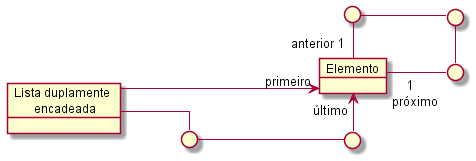
Above: Imagens/modelos-04/mod04ima07/mod04ima07.png in kyriosdata/oo (PlantUML), before the change.
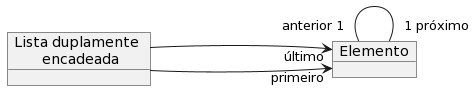
Above is the later version.

Change to the diagram source:
```diff
@@ -1,19 +1,9 @@
-@startuml mod04ima06
-skinparam linetype ortho
+@startuml
 object "Lista duplamente \n encadeada" as li
 object "Elemento" as el
-circle " " as p1
-circle " " as p2
-circle " " as p3
-circle " " as p4
-circle " " as p5
+
 left to right direction
 li ----> "primeiro" el
-el "anterior 1"-left- p1
-p1 -down- p2
-p2 -right- p3
-p3 -up-"1 \n próximo" el
-li -right- p4
-p4 -down- p5
-p5 -left->"último" el
+el "anterior 1"--- "1 próximo" el
+li ---->"último" el
 @enduml
```
